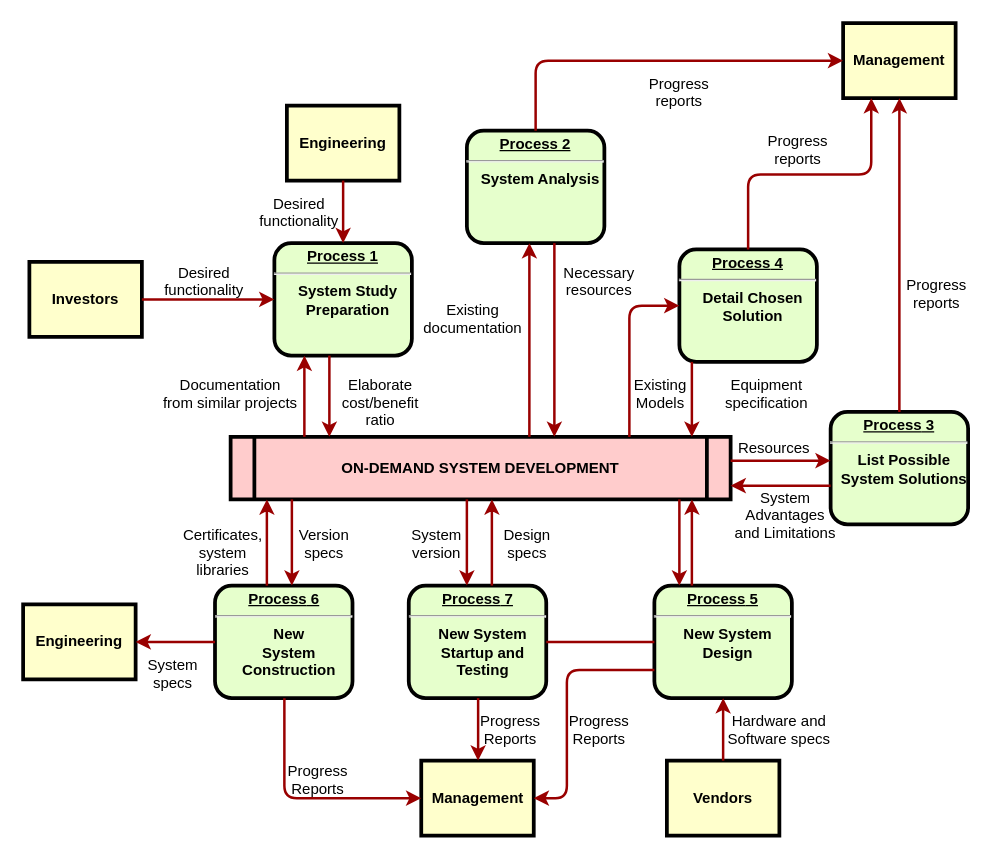
Before: Untitled Diagram.drawio in chenjoy0911/0oo0oo0oo0oo0oo, a draw.io diagram. Source tidied: cells renumbered, new cells numbered last; positions are measured from the earlier drawing's top-left corner, leaving out a move shared by most shapes. Both pictures are drawn from the tidied source at 125%, with x=0, y=0 at pixel (22, 22).
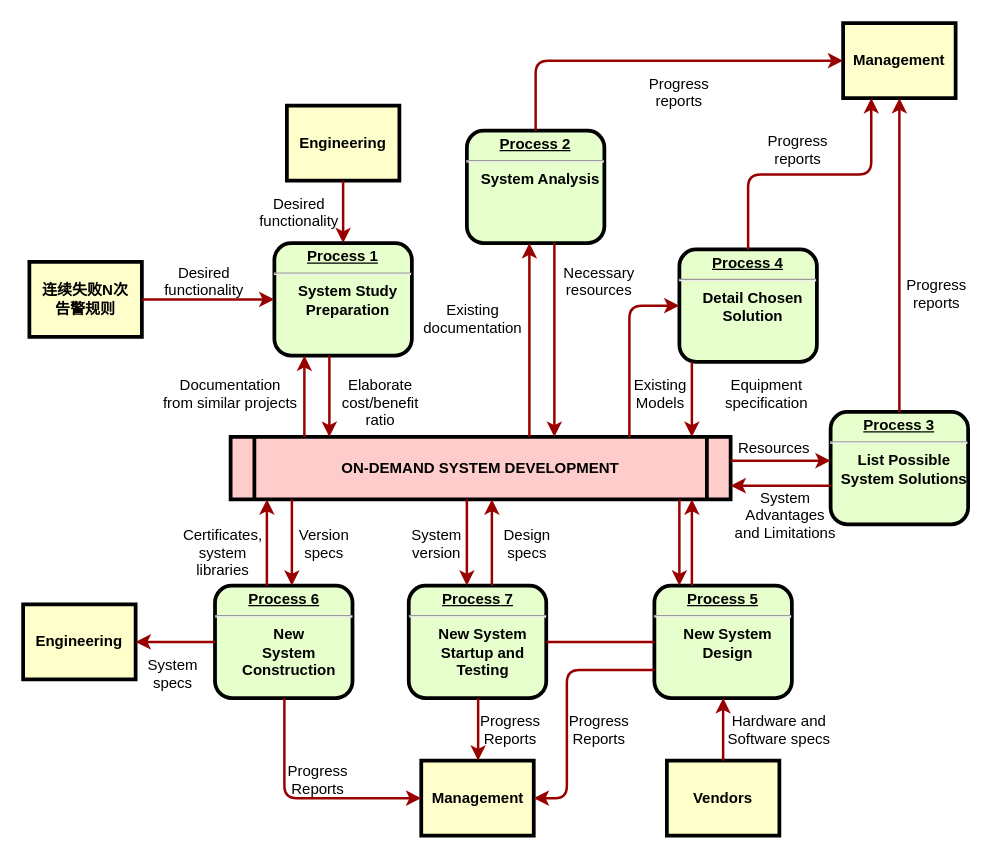
The same diagram, later.

What changed in the source:
```diff
@@
-    <mxCell id="4" value="Investors" style="whiteSpace=wrap;align=center;verticalAlign=middle;fontStyle=1;strokeWidth=3;fillColor=#FFFFCC;" parent="1" vertex="1">
+    <mxCell id="4" value="连续失败N次&#10;告警规则" style="whiteSpace=wrap;align=center;verticalAlign=middle;fontStyle=1;strokeWidth=3;fillColor=#FFFFCC;" parent="1" vertex="1">
       <mxGeometry x="5" y="191" width="90" height="60" as="geometry" />
     </mxCell>
```
